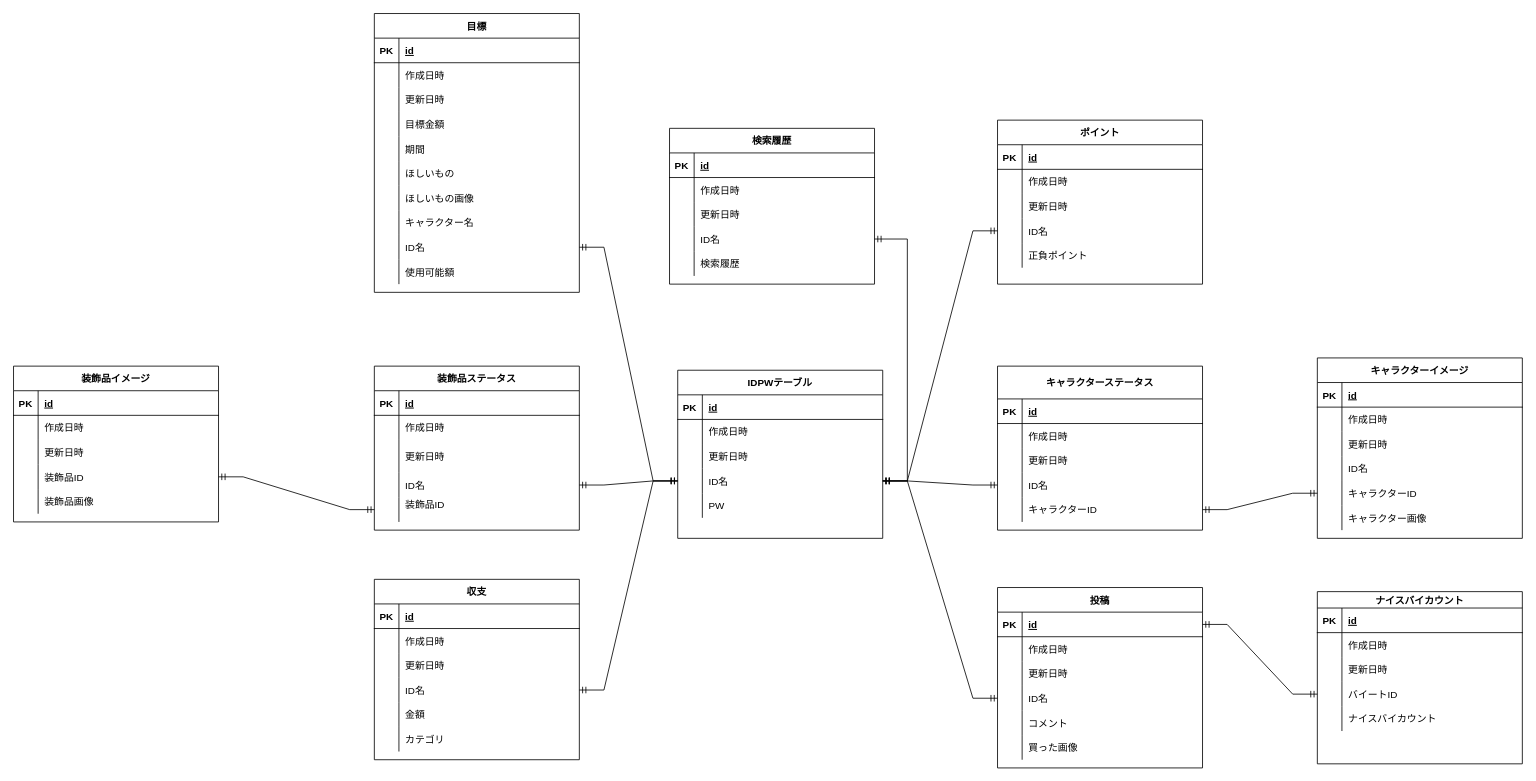
Before: doc/oguro.drawio in dojo2023/B-1, a draw.io diagram. Source tidied: cells renumbered, new cells numbered last; positions are measured from the earlier drawing's top-left corner, leaving out a move shared by most shapes. Both pictures are drawn from the tidied source at 82%, with x=0, y=0 at pixel (13, 13).
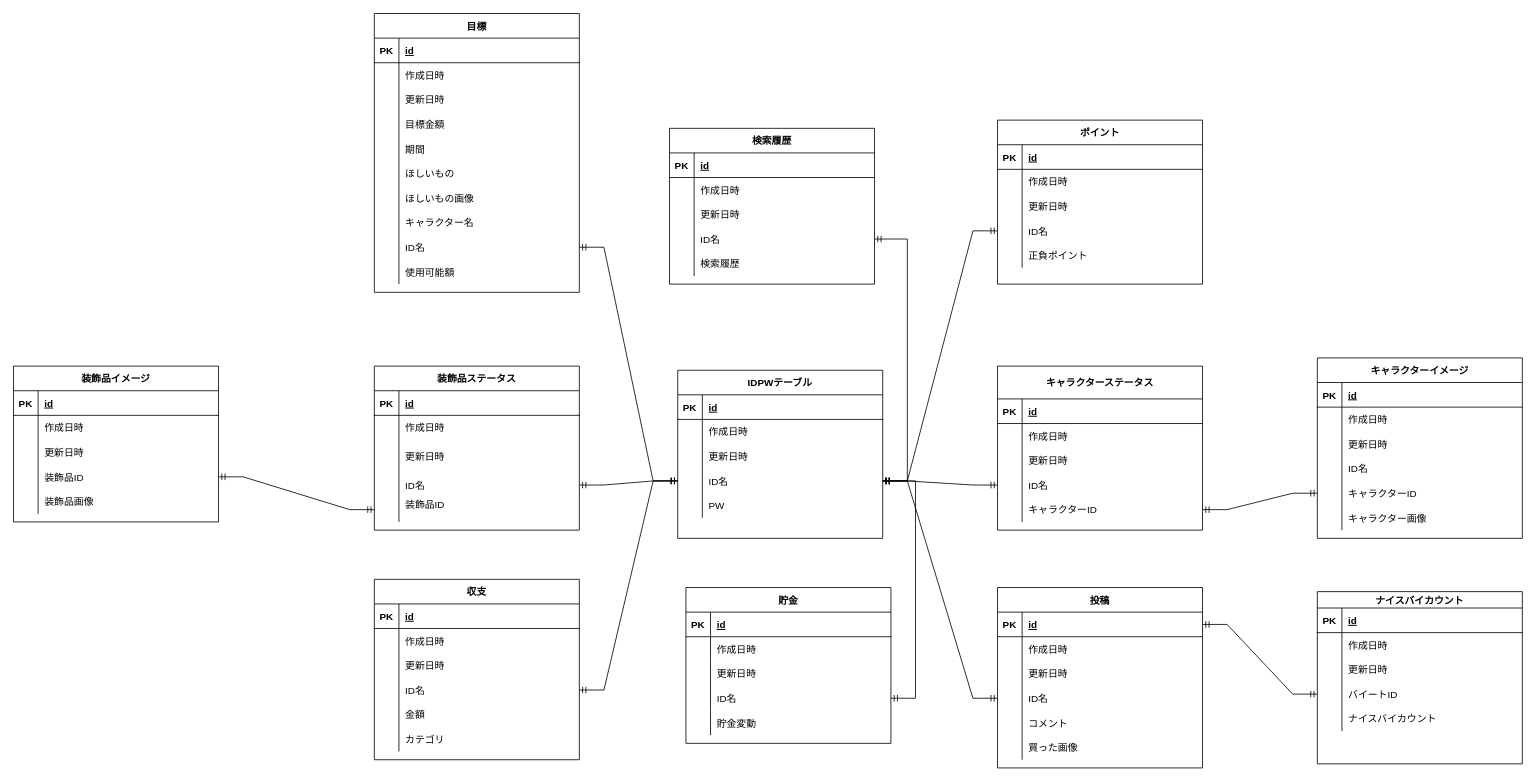
The same page after the edit.

The change refers to these unchanged cells:
```xml
<mxCell id="12" style="shape=partialRectangle;fillColor=none;points=[[0,0.5],[1,0.5]];portConstraint=eastwest;top=0;left=0;right=0;bottom=0;" parent="2" vertex="1">
  <mxGeometry y="120" width="250" height="30" as="geometry" />
</mxCell>
```

Diff of the diagram source:
```diff
@@
+    <mxCell id="212" value="貯金" style="shape=table;startSize=30;childLayout=tableLayout;rowLines=0;fontStyle=1;align=center;" parent="1" vertex="1">
+      <mxGeometry x="820" y="700" width="250" height="190" as="geometry" />
+    </mxCell>
+    <mxCell id="213" style="shape=partialRectangle;fillColor=none;top=0;left=0;right=0;bottom=1;" parent="212" vertex="1">
+      <mxGeometry y="30" width="250" height="30" as="geometry" />
+    </mxCell>
+    <mxCell id="214" value="PK" style="shape=partialRectangle;overflow=hidden;fillColor=none;top=0;left=0;bottom=0;right=0;fontStyle=1;" parent="213" vertex="1">
+      <mxGeometry width="30" height="30" as="geometry" />
+    </mxCell>
+    <mxCell id="215" value="id" style="shape=partialRectangle;overflow=hidden;fillColor=none;top=0;left=0;bottom=0;right=0;align=left;spacingLeft=6;fontStyle=5;" parent="213" vertex="1">
+      <mxGeometry x="30" width="220" height="30" as="geometry" />
+    </mxCell>
+    <mxCell id="216" style="shape=partialRectangle;fillColor=none;top=0;left=0;right=0;bottom=0;" parent="212" vertex="1">
+      <mxGeometry y="60" width="250" height="30" as="geometry" />
+    </mxCell>
+    <mxCell id="217" style="shape=partialRectangle;overflow=hidden;fillColor=none;top=0;left=0;bottom=0;right=0;" parent="216" vertex="1">
+      <mxGeometry width="30" height="30" as="geometry" />
+    </mxCell>
+    <mxCell id="218" value="作成日時" style="shape=partialRectangle;overflow=hidden;fillColor=none;top=0;left=0;bottom=0;right=0;align=left;spacingLeft=6;" parent="216" vertex="1">
+      <mxGeometry x="30" width="220" height="30" as="geometry" />
+    </mxCell>
+    <mxCell id="219" style="shape=partialRectangle;fillColor=none;top=0;left=0;right=0;bottom=0;" parent="212" vertex="1">
+      <mxGeometry y="90" width="250" height="30" as="geometry" />
+    </mxCell>
+    <mxCell id="220" style="shape=partialRectangle;overflow=hidden;fillColor=none;top=0;left=0;bottom=0;right=0;" parent="219" vertex="1">
+      <mxGeometry width="30" height="30" as="geometry" />
+    </mxCell>
+    <mxCell id="221" value="更新日時" style="shape=partialRectangle;overflow=hidden;fillColor=none;top=0;left=0;bottom=0;right=0;align=left;spacingLeft=6;" parent="219" vertex="1">
+      <mxGeometry x="30" width="220" height="30" as="geometry" />
+    </mxCell>
+    <mxCell id="222" style="shape=partialRectangle;fillColor=none;points=[[0,0.5],[1,0.5]];portConstraint=eastwest;top=0;left=0;right=0;bottom=0;" parent="212" vertex="1">
+      <mxGeometry y="120" width="250" height="30" as="geometry" />
+    </mxCell>
+    <mxCell id="223" style="shape=partialRectangle;overflow=hidden;fillColor=none;top=0;left=0;bottom=0;right=0;" parent="222" vertex="1">
+      <mxGeometry width="30" height="30" as="geometry" />
+    </mxCell>
+    <mxCell id="224" value="ID名" style="shape=partialRectangle;overflow=hidden;fillColor=none;top=0;left=0;bottom=0;right=0;align=left;spacingLeft=6;" parent="222" vertex="1">
+      <mxGeometry x="30" width="220" height="30" as="geometry" />
+    </mxCell>
+    <mxCell id="225" style="shape=partialRectangle;fillColor=none;top=0;left=0;right=0;bottom=0;" parent="212" vertex="1">
+      <mxGeometry y="150" width="250" height="30" as="geometry" />
+    </mxCell>
+    <mxCell id="226" style="shape=partialRectangle;overflow=hidden;fillColor=none;top=0;left=0;bottom=0;right=0;" parent="225" vertex="1">
+      <mxGeometry width="30" height="30" as="geometry" />
+    </mxCell>
+    <mxCell id="227" value="貯金変動" style="shape=partialRectangle;overflow=hidden;fillColor=none;top=0;left=0;bottom=0;right=0;align=left;spacingLeft=6;" parent="225" vertex="1">
+      <mxGeometry x="30" width="220" height="30" as="geometry" />
+    </mxCell>
+    <mxCell id="228" style="edgeStyle=entityRelationEdgeStyle;fontSize=12;html=1;endArrow=ERmandOne;startArrow=ERmandOne;rounded=0;" parent="1" edge="1" source="222" target="12">
+      <mxGeometry relative="1" as="geometry" />
+    </mxCell>
```
